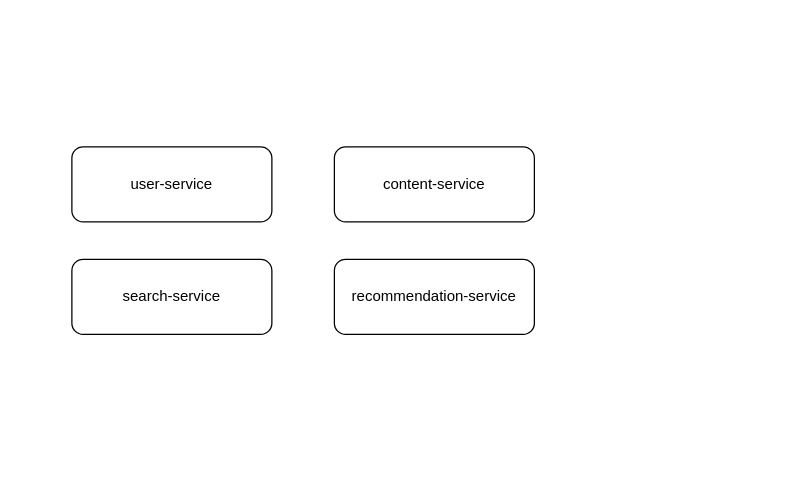
qaisar04/readhub keeps this draw.io diagram as common/schema/readhub.drawio. Above is the earlier version. Source tidied: cells renumbered, new cells numbered last; positions are measured from the earlier drawing's top-left corner, leaving out a move shared by most shapes. Both pictures are drawn from the tidied source at 125%, with x=0, y=0 at pixel (71, 146).
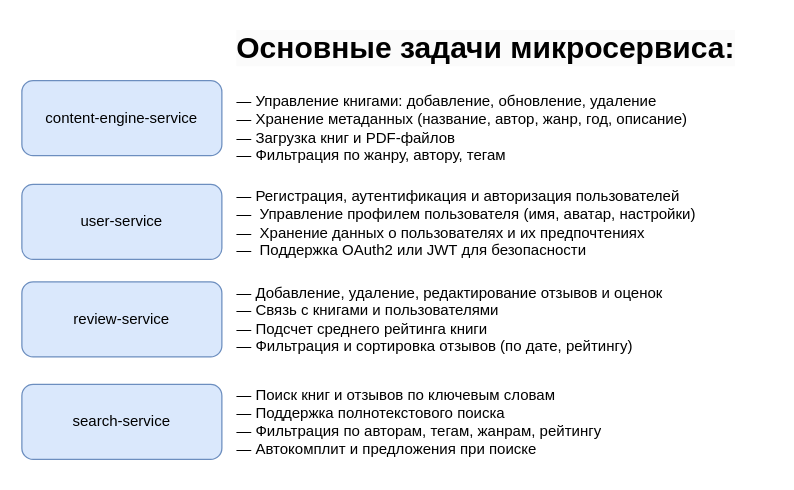
The same diagram, later.

Commit message:
update diagram (service overview)

Change to the diagram source:
```diff
@@
 <mxGraphModel>
   <root>
     <mxCell id="0" />
     <mxCell id="1" parent="0" />
-    <mxCell id="2" value="user-service" style="rounded=1;whiteSpace=wrap;html=1;" parent="1" vertex="1">
-      <mxGeometry width="160" height="60" as="geometry" />
+    <mxCell id="2" value="user-service" style="rounded=1;whiteSpace=wrap;html=1;fillColor=#dae8fc;strokeColor=#6c8ebf;" parent="1" vertex="1">
+      <mxGeometry x="-40" y="30" width="160" height="60" as="geometry" />
     </mxCell>
-    <mxCell id="3" value="content-service" style="rounded=1;whiteSpace=wrap;html=1;" parent="1" vertex="1">
-      <mxGeometry x="210" width="160" height="60" as="geometry" />
+    <mxCell id="3" value="content-engine-service" style="rounded=1;whiteSpace=wrap;html=1;fillColor=#dae8fc;strokeColor=#6c8ebf;" parent="1" vertex="1">
+      <mxGeometry x="-40" y="-53" width="160" height="60" as="geometry" />
     </mxCell>
-    <mxCell id="4" value="search-service" style="rounded=1;whiteSpace=wrap;html=1;" parent="1" vertex="1">
-      <mxGeometry y="90" width="160" height="60" as="geometry" />
+    <mxCell id="4" value="review-service" style="rounded=1;whiteSpace=wrap;html=1;fillColor=#dae8fc;strokeColor=#6c8ebf;" parent="1" vertex="1">
+      <mxGeometry x="-40" y="108" width="160" height="60" as="geometry" />
     </mxCell>
-    <mxCell id="5" value="recommendation-service" style="rounded=1;whiteSpace=wrap;html=1;" parent="1" vertex="1">
-      <mxGeometry x="210" y="90" width="160" height="60" as="geometry" />
+    <mxCell id="5" value="search-service" style="rounded=1;whiteSpace=wrap;html=1;fillColor=#dae8fc;strokeColor=#6c8ebf;" parent="1" vertex="1">
+      <mxGeometry x="-40" y="190" width="160" height="60" as="geometry" />
     </mxCell>
+    <mxCell id="6" value="— Управление книгами: добавление, обновление, удаление— Хранение метаданных (название, автор, жанр, год, описание)— Загрузка книг и PDF-файлов                                                — Фильтрация по жанру, автору, тегам" style="text;whiteSpace=wrap;overflow=hidden;rounded=0;" parent="1" vertex="1">
+      <mxGeometry x="130" y="-50" width="380" height="80" as="geometry" />
+    </mxCell>
+    <mxCell id="7" value="&lt;h1 style=&quot;forced-color-adjust: none; color: rgb(0, 0, 0); font-family: Helvetica; font-style: normal; font-variant-ligatures: normal; font-variant-caps: normal; letter-spacing: normal; orphans: 2; text-align: left; text-indent: 0px; text-transform: none; widows: 2; word-spacing: 0px; -webkit-text-stroke-width: 0px; white-space: normal; background-color: rgb(251, 251, 251); text-decoration-thickness: initial; text-decoration-style: initial; text-decoration-color: initial; margin-top: 0px;&quot;&gt;Основные задачи микросервиса:&lt;/h1&gt;" style="text;whiteSpace=wrap;html=1;" parent="1" vertex="1">
+      <mxGeometry x="130" y="-100" width="430" height="40" as="geometry" />
+    </mxCell>
+    <mxCell id="8" value="— Регистрация, аутентификация и авторизация пользователей—  Управление профилем пользователя (имя, аватар, настройки)—  Хранение данных о пользователях и их предпочтениях—  Поддержка OAuth2 или JWT для безопасности&#10;&#10;&#10;&#10;" style="text;overflow=hidden;rounded=0;align=left;spacing=2;whiteSpace=wrap;" parent="1" vertex="1">
+      <mxGeometry x="130" y="26" width="400" height="80" as="geometry" />
+    </mxCell>
+    <mxCell id="9" value="&lt;span style=&quot;background-color: transparent; color: light-dark(rgb(0, 0, 0), rgb(255, 255, 255));&quot;&gt;— Добавление, удаление, редактирование отзывов и оценок&lt;/span&gt;&lt;br&gt;&lt;span style=&quot;background-color: transparent; color: light-dark(rgb(0, 0, 0), rgb(255, 255, 255));&quot;&gt;— Связь с книгами и пользователями&lt;/span&gt;&lt;br&gt;&lt;span style=&quot;background-color: transparent; color: light-dark(rgb(0, 0, 0), rgb(255, 255, 255));&quot;&gt;— Подсчет среднего рейтинга книги&lt;/span&gt;&lt;br&gt;&lt;span style=&quot;background-color: transparent; color: light-dark(rgb(0, 0, 0), rgb(255, 255, 255));&quot;&gt;— Фильтрация и сортировка отзывов (по дате, рейтингу)&lt;/span&gt;&lt;h1 style=&quot;margin-top: 0px;&quot;&gt;&lt;br&gt;&lt;/h1&gt;" style="text;html=1;whiteSpace=wrap;overflow=hidden;rounded=0;align=left;" parent="1" vertex="1">
+      <mxGeometry x="130" y="103" width="400" height="70" as="geometry" />
+    </mxCell>
+    <mxCell id="10" value="— Поиск книг и отзывов по ключевым словам&#10;— Поддержка полнотекстового поиска&#10;— Фильтрация по авторам, тегам, жанрам, рейтингу&#10;— Автокомплит и предложения при поиске" style="text;whiteSpace=wrap;overflow=hidden;rounded=0;align=left;" parent="1" vertex="1">
+      <mxGeometry x="130" y="185" width="390" height="70" as="geometry" />
+    </mxCell>
   </root>
 </mxGraphModel>
```
